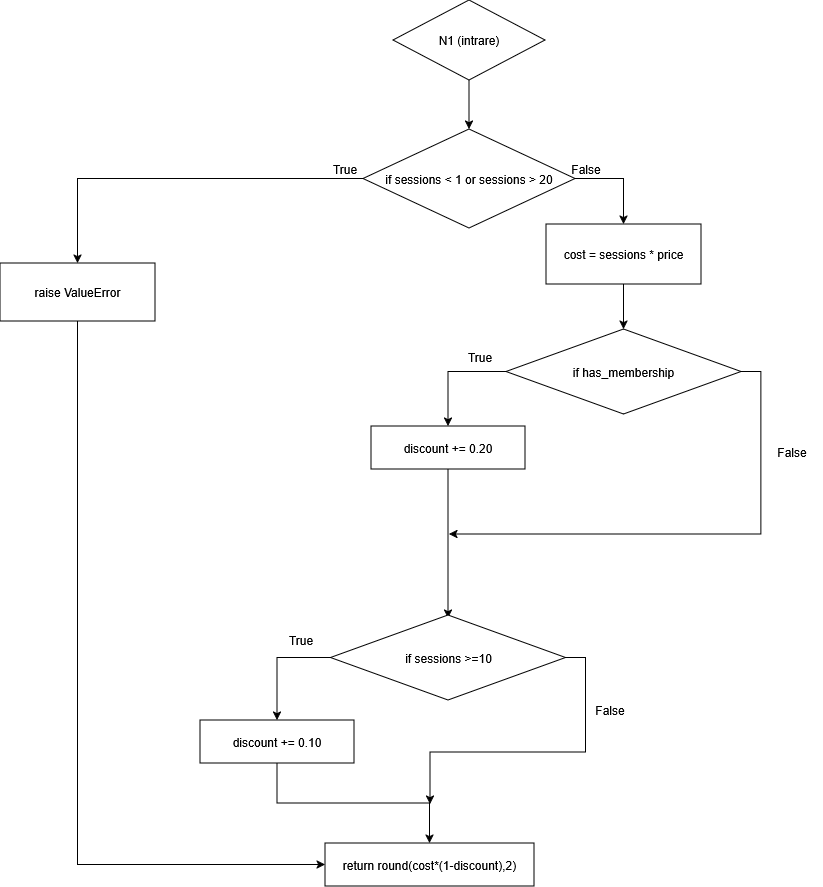
denisamihaila/TSS_Proiect keeps this draw.io diagram as calculate_cost_cfg.drawio.png. Above is the earlier version. Source tidied: cells renumbered, new cells last; positions are measured from the earlier drawing's top-left corner, leaving out a move shared by most shapes.
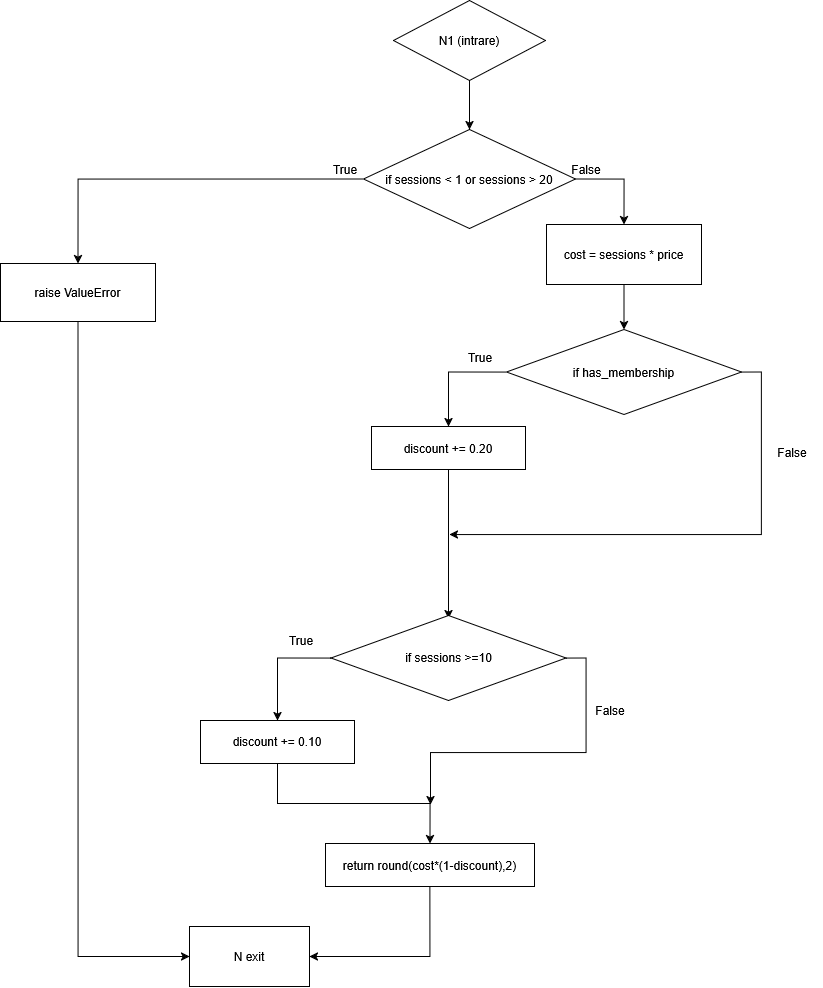
The same diagram one commit later.

What changed in the source:
```diff
@@ -17,32 +17,32 @@
     <mxCell id="6" value="if sessions &amp;lt; 1 or sessions &amp;gt; 20" style="rhombus;whiteSpace=wrap;html=1;" parent="1" vertex="1">
       <mxGeometry x="363" y="129" width="212" height="99" as="geometry" />
     </mxCell>
-    <mxCell id="7" style="edgeStyle=orthogonalEdgeStyle;rounded=0;jettySize=auto;html=1;exitX=0.5;exitY=1;exitDx=0;exitDy=0;entryX=0;entryY=0.5;entryDx=0;entryDy=0;" parent="1" edge="1" source="8" target="25">
-      <mxGeometry relative="1" as="geometry" />
-    </mxCell>
+    <mxCell id="28" style="edgeStyle=orthogonalEdgeStyle;rounded=0;jettySize=auto;html=1;exitX=0.5;exitY=1;exitDx=0;exitDy=0;entryX=0;entryY=0.5;entryDx=0;entryDy=0;" parent="1" edge="1" source="8" target="33">
+      <mxGeometry relative="1" as="geometry" />
+    </mxCell>
     <mxCell id="8" value="raise ValueError" style="rounded=0;whiteSpace=wrap;html=1;" parent="1" vertex="1">
       <mxGeometry y="263" width="155" height="58" as="geometry" />
     </mxCell>
     <mxCell id="9" style="edgeStyle=orthogonalEdgeStyle;rounded=0;jettySize=auto;html=1;exitX=0;exitY=0.5;exitDx=0;exitDy=0;" parent="1" edge="1" source="11" target="13">
       <mxGeometry relative="1" as="geometry" />
     </mxCell>
-    <mxCell id="10" style="edgeStyle=orthogonalEdgeStyle;rounded=0;jettySize=auto;html=1;exitX=1;exitY=0.5;exitDx=0;exitDy=0;" parent="1" edge="1" source="11">
-      <mxGeometry relative="1" as="geometry">
-        <mxPoint x="449" y="534" as="targetPoint" />
-        <Array as="points">
-          <mxPoint x="761" y="372" />
-          <mxPoint x="761" y="534" />
-        </Array>
-      </mxGeometry>
-    </mxCell>
+    <mxCell id="29" style="edgeStyle=orthogonalEdgeStyle;rounded=0;jettySize=auto;html=1;exitX=1;exitY=0.5;exitDx=0;exitDy=0;" parent="1" edge="1" source="11">
+      <mxGeometry relative="1" as="geometry">
+        <mxPoint x="449" y="534" as="targetPoint" />
+        <Array as="points">
+          <mxPoint x="761" y="372" />
+          <mxPoint x="761" y="534" />
+        </Array>
+      </mxGeometry>
+    </mxCell>
     <mxCell id="11" value="if has_membership" style="rhombus;whiteSpace=wrap;html=1;verticalAlign=middle;" parent="1" vertex="1">
       <mxGeometry x="506" y="329" width="235" height="85" as="geometry" />
     </mxCell>
-    <mxCell id="12" style="edgeStyle=orthogonalEdgeStyle;rounded=0;jettySize=auto;html=1;exitX=0.5;exitY=1;exitDx=0;exitDy=0;" parent="1" edge="1" source="13">
-      <mxGeometry relative="1" as="geometry">
-        <mxPoint x="448" y="618" as="targetPoint" />
-      </mxGeometry>
-    </mxCell>
+    <mxCell id="30" style="edgeStyle=orthogonalEdgeStyle;rounded=0;jettySize=auto;html=1;exitX=0.5;exitY=1;exitDx=0;exitDy=0;" parent="1" edge="1" source="13">
+      <mxGeometry relative="1" as="geometry">
+        <mxPoint x="448" y="618" as="targetPoint" />
+      </mxGeometry>
+    </mxCell>
     <mxCell id="13" value="discount += 0.20" style="rounded=0;whiteSpace=wrap;html=1;" parent="1" vertex="1">
       <mxGeometry x="371" y="426" width="154" height="43" as="geometry" />
     </mxCell>
@@ -67,11 +67,11 @@
     <mxCell id="20" style="edgeStyle=orthogonalEdgeStyle;rounded=0;jettySize=auto;html=1;exitX=0;exitY=0.5;exitDx=0;exitDy=0;entryX=0.5;entryY=0;entryDx=0;entryDy=0;" parent="1" edge="1" source="22" target="24">
       <mxGeometry relative="1" as="geometry" />
     </mxCell>
-    <mxCell id="21" style="edgeStyle=orthogonalEdgeStyle;rounded=0;jettySize=auto;html=1;exitX=1;exitY=0.5;exitDx=0;exitDy=0;" parent="1" edge="1" source="22">
-      <mxGeometry relative="1" as="geometry">
-        <mxPoint x="430" y="804" as="targetPoint" />
-      </mxGeometry>
-    </mxCell>
+    <mxCell id="31" style="edgeStyle=orthogonalEdgeStyle;rounded=0;jettySize=auto;html=1;exitX=1;exitY=0.5;exitDx=0;exitDy=0;" parent="1" edge="1" source="22">
+      <mxGeometry relative="1" as="geometry">
+        <mxPoint x="430" y="804" as="targetPoint" />
+      </mxGeometry>
+    </mxCell>
     <mxCell id="22" value="if sessions &amp;gt;=10" style="rhombus;whiteSpace=wrap;html=1;verticalAlign=middle;" parent="1" vertex="1">
       <mxGeometry x="330.5" y="615" width="235" height="85" as="geometry" />
     </mxCell>
@@ -81,6 +81,9 @@
     <mxCell id="24" value="discount += 0.10" style="rounded=0;whiteSpace=wrap;html=1;" parent="1" vertex="1">
       <mxGeometry x="200" y="720" width="154" height="43" as="geometry" />
     </mxCell>
+    <mxCell id="32" style="edgeStyle=orthogonalEdgeStyle;rounded=0;jettySize=auto;html=1;exitX=0.5;exitY=1;exitDx=0;exitDy=0;entryX=1;entryY=0.5;entryDx=0;entryDy=0;" parent="1" edge="1" source="25" target="33">
+      <mxGeometry relative="1" as="geometry" />
+    </mxCell>
     <mxCell id="25" value="return round(cost*(1-discount),2)" style="rounded=0;whiteSpace=wrap;html=1;" parent="1" vertex="1">
       <mxGeometry x="325" y="843" width="209" height="43" as="geometry" />
     </mxCell>
@@ -90,5 +93,8 @@
     <mxCell id="27" value="False" style="text;html=1;whiteSpace=wrap;strokeColor=none;fillColor=none;align=center;verticalAlign=middle;rounded=0;" parent="1" vertex="1">
       <mxGeometry x="580" y="695" width="60" height="30" as="geometry" />
     </mxCell>
+    <mxCell id="33" value="&lt;div&gt;N exit&lt;/div&gt;" style="rounded=0;whiteSpace=wrap;html=1;" parent="1" vertex="1">
+      <mxGeometry x="189" y="926" width="120" height="60" as="geometry" />
+    </mxCell>
   </root>
 </mxGraphModel>
```
